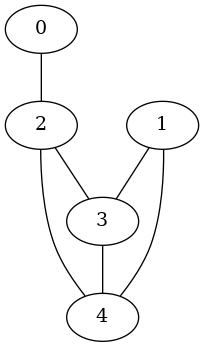
Earlier version of the Graphviz export a_structure/partition/img/comp_connexe.png (lochambeno/ZZ1_Labyrinthe). Its source is kept beside it as a_structure/partition/file/comp_connexe.dot. Its diagram source:
```dot
graph Composante_connexe {
	0 -- 2;
	1 -- 3;
	1 -- 4;
	2 -- 3;
	2 -- 4;
	3 -- 4;
	2;
	1;
	4;
	3;
	0;
}
```
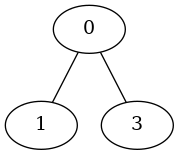
Later version of the same file.

Change to the diagram source:
```diff
@@ -1,13 +1,7 @@
 graph Composante_connexe {
-	0 -- 2;
-	1 -- 3;
-	1 -- 4;
-	2 -- 3;
-	2 -- 4;
-	3 -- 4;
-	2;
+	0 -- 1;
+	0 -- 3;
+	3;
 	1;
-	4;
-	3;
 	0;
 }
```
